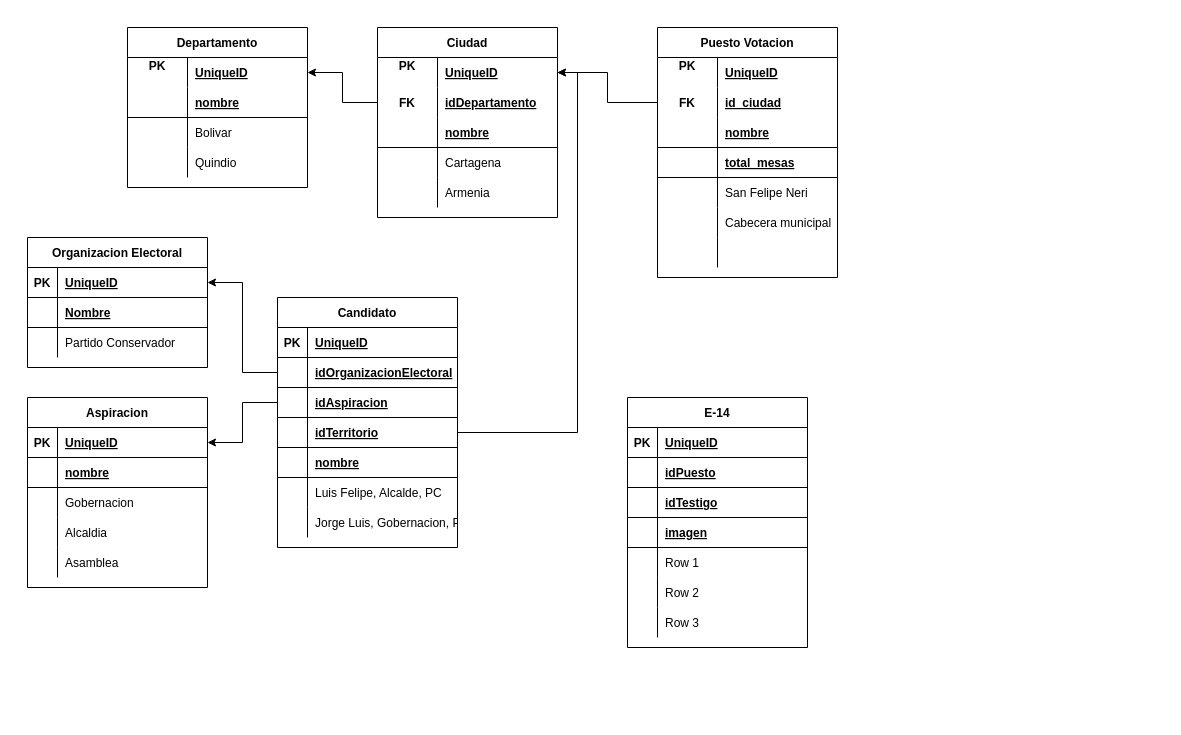
jlchavarriaga/TestigosElectorales keeps this draw.io diagram as page "Modelo E-R" (1 of 2) of Testigos Electorales.drawio. Above is the earlier version. Source tidied: cells renumbered, new cells numbered last; positions are measured from the earlier drawing's top-left corner, leaving out a move shared by most shapes. Both pictures are drawn from the tidied source at 100%, with x=0, y=0 at pixel (27, 27).
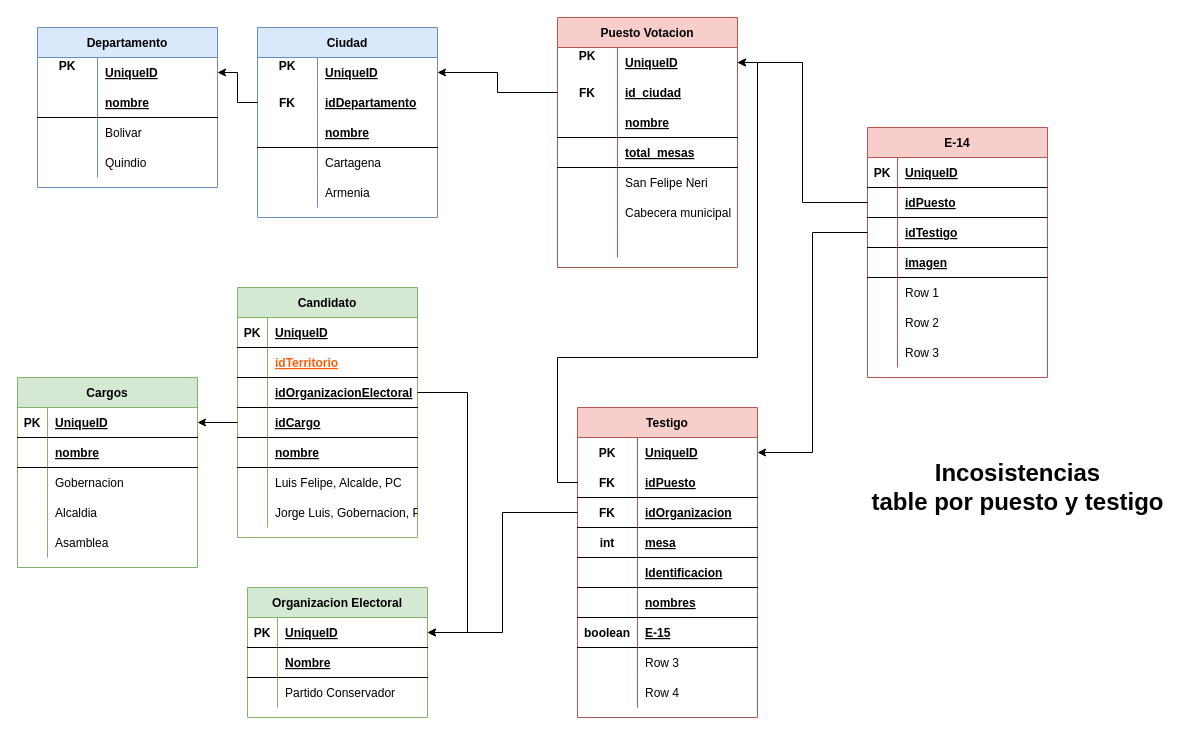
Above is the later version.

The change refers to these unchanged cells:
```xml
<mxCell id="3" style="shape=tableRow;horizontal=0;startSize=0;swimlaneHead=0;swimlaneBody=0;fillColor=none;points=[[0,0.5],[1,0.5]];portConstraint=eastwest;top=0;left=0;right=0;bottom=1;" parent="2" vertex="1">
  <mxGeometry y="30" width="180" height="30" as="geometry" />
</mxCell>
<mxCell id="26" style="shape=tableRow;horizontal=0;startSize=0;swimlaneHead=0;swimlaneBody=0;fillColor=none;points=[[0,0.5],[1,0.5]];portConstraint=eastwest;top=0;left=0;right=0;bottom=0;" parent="25" vertex="1">
  <mxGeometry y="30" width="180" height="30" as="geometry" />
</mxCell>
<mxCell id="43" style="shape=tableRow;horizontal=0;startSize=0;swimlaneHead=0;swimlaneBody=0;fillColor=none;points=[[0,0.5],[1,0.5]];portConstraint=eastwest;top=0;left=0;right=0;bottom=0;" parent="42" vertex="1">
  <mxGeometry y="30" width="180" height="30" as="geometry" />
</mxCell>
<mxCell id="69" style="shape=tableRow;horizontal=0;startSize=0;swimlaneHead=0;swimlaneBody=0;fillColor=none;points=[[0,0.5],[1,0.5]];portConstraint=eastwest;top=0;left=0;right=0;bottom=1;" parent="65" vertex="1">
  <mxGeometry y="60" width="180" height="30" as="geometry" />
</mxCell>
<mxCell id="72" style="shape=tableRow;horizontal=0;startSize=0;swimlaneHead=0;swimlaneBody=0;fillColor=none;points=[[0,0.5],[1,0.5]];portConstraint=eastwest;top=0;left=0;right=0;bottom=1;" parent="65" vertex="1">
  <mxGeometry y="90" width="180" height="30" as="geometry" />
</mxCell>
<mxCell id="88" style="shape=tableRow;horizontal=0;startSize=0;swimlaneHead=0;swimlaneBody=0;fillColor=none;points=[[0,0.5],[1,0.5]];portConstraint=eastwest;top=0;left=0;right=0;bottom=1;" parent="87" vertex="1">
  <mxGeometry y="30" width="180" height="30" as="geometry" />
</mxCell>
```

What changed in the source:
```diff
@@
-    <mxCell id="2" value="Organizacion Electoral" style="shape=table;startSize=30;childLayout=tableLayout;rowLines=0;fontStyle=1;align=center;" parent="1" vertex="1">
-      <mxGeometry y="210" width="180" height="130" as="geometry" />
+    <mxCell id="2" value="Organizacion Electoral" style="shape=table;startSize=30;childLayout=tableLayout;rowLines=0;fontStyle=1;align=center;fillColor=#d5e8d4;strokeColor=#82b366;" parent="1" vertex="1">
+      <mxGeometry x="220" y="560" width="180" height="130" as="geometry" />
     </mxCell>
@@
-    <mxCell id="12" value="Departamento" style="shape=table;startSize=30;childLayout=tableLayout;rowLines=0;fontStyle=1;align=center;" parent="1" vertex="1">
-      <mxGeometry x="100" width="180" height="160" as="geometry" />
+    <mxCell id="12" value="Departamento" style="shape=table;startSize=30;childLayout=tableLayout;rowLines=0;fontStyle=1;align=center;fillColor=#dae8fc;strokeColor=#6c8ebf;" parent="1" vertex="1">
+      <mxGeometry x="10" width="180" height="160" as="geometry" />
     </mxCell>
@@
-    <mxCell id="25" value="Ciudad" style="shape=table;startSize=30;childLayout=tableLayout;rowLines=0;fontStyle=1;align=center;" parent="1" vertex="1">
-      <mxGeometry x="350" width="180" height="190" as="geometry" />
+    <mxCell id="25" value="Ciudad" style="shape=table;startSize=30;childLayout=tableLayout;rowLines=0;fontStyle=1;align=center;fillColor=#dae8fc;strokeColor=#6c8ebf;" parent="1" vertex="1">
+      <mxGeometry x="230" width="180" height="190" as="geometry" />
     </mxCell>
@@
-    <mxCell id="42" value="Puesto Votacion" style="shape=table;startSize=30;childLayout=tableLayout;rowLines=0;fontStyle=1;align=center;" parent="1" vertex="1">
-      <mxGeometry x="630" width="180" height="250" as="geometry" />
+    <mxCell id="42" value="Puesto Votacion" style="shape=table;startSize=30;childLayout=tableLayout;rowLines=0;fontStyle=1;align=center;fillColor=#f8cecc;strokeColor=#b85450;" parent="1" vertex="1">
+      <mxGeometry x="530" y="-10" width="180" height="250" as="geometry" />
     </mxCell>
@@
-    <mxCell id="65" value="E-14" style="shape=table;startSize=30;childLayout=tableLayout;rowLines=0;fontStyle=1;align=center;" parent="1" vertex="1">
-      <mxGeometry x="600" y="370" width="180" height="250" as="geometry" />
+    <mxCell id="65" value="E-14" style="shape=table;startSize=30;childLayout=tableLayout;rowLines=0;fontStyle=1;align=center;fillColor=#f8cecc;strokeColor=#b85450;" parent="1" vertex="1">
+      <mxGeometry x="840" y="100" width="180" height="250" as="geometry" />
     </mxCell>
@@
-    <mxCell id="87" value="Aspiracion" style="shape=table;startSize=30;childLayout=tableLayout;rowLines=0;fontStyle=1;align=center;" parent="1" vertex="1">
-      <mxGeometry y="370" width="180" height="190" as="geometry" />
+    <mxCell id="87" value="Cargos" style="shape=table;startSize=30;childLayout=tableLayout;rowLines=0;fontStyle=1;align=center;fillColor=#d5e8d4;strokeColor=#82b366;" parent="1" vertex="1">
+      <mxGeometry x="-10" y="350" width="180" height="190" as="geometry" />
     </mxCell>
@@
-    <mxCell id="103" value="Candidato" style="shape=table;startSize=30;childLayout=tableLayout;rowLines=0;fontStyle=1;align=center;" parent="1" vertex="1">
-      <mxGeometry x="250" y="270" width="180" height="250" as="geometry" />
+    <mxCell id="103" value="Candidato" style="shape=table;startSize=30;childLayout=tableLayout;rowLines=0;fontStyle=1;align=center;fillColor=#d5e8d4;strokeColor=#82b366;" parent="1" vertex="1">
+      <mxGeometry x="210" y="260" width="180" height="250" as="geometry" />
     </mxCell>
@@
+    <mxCell id="113" style="shape=tableRow;horizontal=0;startSize=0;swimlaneHead=0;swimlaneBody=0;fillColor=none;points=[[0,0.5],[1,0.5]];portConstraint=eastwest;top=0;left=0;right=0;bottom=1;" parent="103" vertex="1">
+      <mxGeometry y="60" width="180" height="30" as="geometry" />
+    </mxCell>
+    <mxCell id="114" style="shape=partialRectangle;fillColor=none;top=0;left=0;bottom=0;right=0;fontStyle=1;overflow=hidden;" parent="113" vertex="1">
+      <mxGeometry width="30" height="30" as="geometry" />
+    </mxCell>
+    <mxCell id="115" value="idTerritorio" style="shape=partialRectangle;fillColor=none;top=0;left=0;bottom=0;right=0;align=left;spacingLeft=6;fontStyle=5;overflow=hidden;fontColor=#FF5C0A;" parent="113" vertex="1">
+      <mxGeometry x="30" width="150" height="30" as="geometry" />
+    </mxCell>
     <mxCell id="107" style="shape=tableRow;horizontal=0;startSize=0;swimlaneHead=0;swimlaneBody=0;fillColor=none;points=[[0,0.5],[1,0.5]];portConstraint=eastwest;top=0;left=0;right=0;bottom=1;" parent="103" vertex="1">
-      <mxGeometry y="60" width="180" height="30" as="geometry" />
+      <mxGeometry y="90" width="180" height="30" as="geometry" />
     </mxCell>
@@
-    <mxCell id="110" style="shape=tableRow;horizontal=0;startSize=0;swimlaneHead=0;swimlaneBody=0;fillColor=none;points=[[0,0.5],[1,0.5]];portConstraint=eastwest;top=0;left=0;right=0;bottom=1;" parent="103" vertex="1">
-      <mxGeometry y="90" width="180" height="30" as="geometry" />
-    </mxCell>
+    <mxCell id="128" style="shape=tableRow;horizontal=0;startSize=0;swimlaneHead=0;swimlaneBody=0;fillColor=none;points=[[0,0.5],[1,0.5]];portConstraint=eastwest;top=0;left=0;right=0;bottom=1;" parent="103" vertex="1">
+      <mxGeometry y="120" width="180" height="30" as="geometry" />
+    </mxCell>
-    <mxCell id="111" style="shape=partialRectangle;fillColor=none;top=0;left=0;bottom=0;right=0;fontStyle=1;overflow=hidden;" parent="110" vertex="1">
+    <mxCell id="111" style="shape=partialRectangle;fillColor=none;top=0;left=0;bottom=0;right=0;fontStyle=1;overflow=hidden;" parent="128" vertex="1">
       <mxGeometry width="30" height="30" as="geometry" />
     </mxCell>
-    <mxCell id="112" value="idAspiracion" style="shape=partialRectangle;fillColor=none;top=0;left=0;bottom=0;right=0;align=left;spacingLeft=6;fontStyle=5;overflow=hidden;" parent="110" vertex="1">
-      <mxGeometry x="30" width="150" height="30" as="geometry" />
-    </mxCell>
-    <mxCell id="113" style="shape=tableRow;horizontal=0;startSize=0;swimlaneHead=0;swimlaneBody=0;fillColor=none;points=[[0,0.5],[1,0.5]];portConstraint=eastwest;top=0;left=0;right=0;bottom=1;" parent="103" vertex="1">
-      <mxGeometry y="120" width="180" height="30" as="geometry" />
-    </mxCell>
-    <mxCell id="114" style="shape=partialRectangle;fillColor=none;top=0;left=0;bottom=0;right=0;fontStyle=1;overflow=hidden;" parent="113" vertex="1">
-      <mxGeometry width="30" height="30" as="geometry" />
-    </mxCell>
-    <mxCell id="115" value="idTerritorio" style="shape=partialRectangle;fillColor=none;top=0;left=0;bottom=0;right=0;align=left;spacingLeft=6;fontStyle=5;overflow=hidden;" parent="113" vertex="1">
-      <mxGeometry x="30" width="150" height="30" as="geometry" />
-    </mxCell>
+    <mxCell id="129" value="idCargo" style="shape=partialRectangle;fillColor=none;top=0;left=0;bottom=0;right=0;align=left;spacingLeft=6;fontStyle=5;overflow=hidden;" parent="128" vertex="1">
+      <mxGeometry x="30" width="150" height="30" as="geometry" />
+    </mxCell>
@@
-    <mxCell id="125" style="edgeStyle=orthogonalEdgeStyle;rounded=0;jettySize=auto;html=1;entryX=1;entryY=0.5;entryDx=0;entryDy=0;" parent="1" edge="1" source="110" target="88">
+    <mxCell id="125" style="edgeStyle=orthogonalEdgeStyle;rounded=0;jettySize=auto;html=1;entryX=1;entryY=0.5;entryDx=0;entryDy=0;" parent="1" edge="1" target="88">
       <mxGeometry relative="1" as="geometry" />
     </mxCell>
     <mxCell id="126" style="edgeStyle=orthogonalEdgeStyle;rounded=0;jettySize=auto;html=1;entryX=1;entryY=0.5;entryDx=0;entryDy=0;" parent="1" edge="1" source="107" target="3">
-      <mxGeometry relative="1" as="geometry" />
+      <mxGeometry relative="1" as="geometry">
+        <Array as="points">
+          <mxPoint x="440" y="365" />
+          <mxPoint x="440" y="605" />
+        </Array>
+      </mxGeometry>
     </mxCell>
-    <mxCell id="127" style="edgeStyle=orthogonalEdgeStyle;rounded=0;jettySize=auto;html=1;entryX=1;entryY=0.5;entryDx=0;entryDy=0;" parent="1" edge="1" source="113" target="26">
-      <mxGeometry relative="1" as="geometry">
-        <Array as="points">
-          <mxPoint x="550" y="405" />
-          <mxPoint x="550" y="45" />
-        </Array>
-      </mxGeometry>
-    </mxCell>
+    <mxCell id="130" value="Testigo" style="shape=table;startSize=30;childLayout=tableLayout;rowLines=0;fontStyle=1;align=center;fillColor=#f8cecc;strokeColor=#b85450;" parent="1" vertex="1">
+      <mxGeometry x="550" y="380" width="180" height="310" as="geometry" />
+    </mxCell>
+    <mxCell id="131" style="shape=tableRow;horizontal=0;startSize=0;swimlaneHead=0;swimlaneBody=0;fillColor=none;points=[[0,0.5],[1,0.5]];portConstraint=eastwest;top=0;left=0;right=0;bottom=0;fontColor=#000000;" parent="130" vertex="1">
+      <mxGeometry y="30" width="180" height="30" as="geometry" />
+    </mxCell>
+    <mxCell id="132" value="PK" style="shape=partialRectangle;fillColor=none;top=0;left=0;bottom=0;right=0;fontStyle=1;overflow=hidden;fontColor=#000000;" parent="131" vertex="1">
+      <mxGeometry width="60" height="30" as="geometry" />
+    </mxCell>
+    <mxCell id="133" value="UniqueID" style="shape=partialRectangle;fillColor=none;top=0;left=0;bottom=0;right=0;align=left;spacingLeft=6;fontStyle=5;overflow=hidden;fontColor=#000000;" parent="131" vertex="1">
+      <mxGeometry x="60" width="120" height="30" as="geometry" />
+    </mxCell>
+    <mxCell id="134" style="shape=tableRow;horizontal=0;startSize=0;swimlaneHead=0;swimlaneBody=0;fillColor=none;points=[[0,0.5],[1,0.5]];portConstraint=eastwest;top=0;left=0;right=0;bottom=1;fontColor=#000000;" parent="130" vertex="1">
+      <mxGeometry y="60" width="180" height="30" as="geometry" />
+    </mxCell>
+    <mxCell id="135" value="FK" style="shape=partialRectangle;fillColor=none;top=0;left=0;bottom=0;right=0;fontStyle=1;overflow=hidden;fontColor=#000000;" parent="134" vertex="1">
+      <mxGeometry width="60" height="30" as="geometry" />
+    </mxCell>
+    <mxCell id="136" value="idPuesto" style="shape=partialRectangle;fillColor=none;top=0;left=0;bottom=0;right=0;align=left;spacingLeft=6;fontStyle=5;overflow=hidden;fontColor=#000000;" parent="134" vertex="1">
+      <mxGeometry x="60" width="120" height="30" as="geometry" />
+    </mxCell>
+    <mxCell id="137" style="shape=tableRow;horizontal=0;startSize=0;swimlaneHead=0;swimlaneBody=0;fillColor=none;points=[[0,0.5],[1,0.5]];portConstraint=eastwest;top=0;left=0;right=0;bottom=1;fontColor=#000000;" parent="130" vertex="1">
+      <mxGeometry y="90" width="180" height="30" as="geometry" />
+    </mxCell>
+    <mxCell id="138" value="FK" style="shape=partialRectangle;fillColor=none;top=0;left=0;bottom=0;right=0;fontStyle=1;overflow=hidden;fontColor=#000000;" parent="137" vertex="1">
+      <mxGeometry width="60" height="30" as="geometry" />
+    </mxCell>
+    <mxCell id="139" value="idOrganizacion" style="shape=partialRectangle;fillColor=none;top=0;left=0;bottom=0;right=0;align=left;spacingLeft=6;fontStyle=5;overflow=hidden;fontColor=#000000;" parent="137" vertex="1">
+      <mxGeometry x="60" width="120" height="30" as="geometry" />
+    </mxCell>
+    <mxCell id="140" style="shape=tableRow;horizontal=0;startSize=0;swimlaneHead=0;swimlaneBody=0;fillColor=none;top=0;left=0;right=0;bottom=1;fontColor=#000000;" parent="130" vertex="1">
+      <mxGeometry y="120" width="180" height="30" as="geometry" />
+    </mxCell>
+    <mxCell id="141" value="int" style="shape=partialRectangle;fillColor=none;top=0;left=0;bottom=0;right=0;fontStyle=1;overflow=hidden;fontColor=#000000;" parent="140" vertex="1">
+      <mxGeometry width="60" height="30" as="geometry" />
+    </mxCell>
+    <mxCell id="142" value="mesa" style="shape=partialRectangle;fillColor=none;top=0;left=0;bottom=0;right=0;align=left;spacingLeft=6;fontStyle=5;overflow=hidden;fontColor=#000000;" parent="140" vertex="1">
+      <mxGeometry x="60" width="120" height="30" as="geometry" />
+    </mxCell>
+    <mxCell id="143" style="shape=tableRow;horizontal=0;startSize=0;swimlaneHead=0;swimlaneBody=0;fillColor=none;top=0;left=0;right=0;bottom=1;fontColor=#000000;" parent="130" vertex="1">
+      <mxGeometry y="150" width="180" height="30" as="geometry" />
+    </mxCell>
+    <mxCell id="144" style="shape=partialRectangle;fillColor=none;top=0;left=0;bottom=0;right=0;fontStyle=1;overflow=hidden;fontColor=#000000;" parent="143" vertex="1">
+      <mxGeometry width="60" height="30" as="geometry" />
+    </mxCell>
+    <mxCell id="145" value="Identificacion" style="shape=partialRectangle;fillColor=none;top=0;left=0;bottom=0;right=0;align=left;spacingLeft=6;fontStyle=5;overflow=hidden;fontColor=#000000;" parent="143" vertex="1">
+      <mxGeometry x="60" width="120" height="30" as="geometry" />
+    </mxCell>
+    <mxCell id="146" style="shape=tableRow;horizontal=0;startSize=0;swimlaneHead=0;swimlaneBody=0;fillColor=none;top=0;left=0;right=0;bottom=1;fontColor=#000000;" parent="130" vertex="1">
+      <mxGeometry y="180" width="180" height="30" as="geometry" />
+    </mxCell>
+    <mxCell id="147" style="shape=partialRectangle;fillColor=none;top=0;left=0;bottom=0;right=0;fontStyle=1;overflow=hidden;fontColor=#000000;" parent="146" vertex="1">
+      <mxGeometry width="60" height="30" as="geometry" />
+    </mxCell>
+    <mxCell id="148" value="nombres" style="shape=partialRectangle;fillColor=none;top=0;left=0;bottom=0;right=0;align=left;spacingLeft=6;fontStyle=5;overflow=hidden;fontColor=#000000;" parent="146" vertex="1">
+      <mxGeometry x="60" width="120" height="30" as="geometry" />
+    </mxCell>
+    <mxCell id="149" style="shape=tableRow;horizontal=0;startSize=0;swimlaneHead=0;swimlaneBody=0;fillColor=none;top=0;left=0;right=0;bottom=1;fontColor=#000000;" parent="130" vertex="1">
+      <mxGeometry y="210" width="180" height="30" as="geometry" />
+    </mxCell>
+    <mxCell id="150" value="boolean" style="shape=partialRectangle;fillColor=none;top=0;left=0;bottom=0;right=0;fontStyle=1;overflow=hidden;fontColor=#000000;" parent="149" vertex="1">
+      <mxGeometry width="60" height="30" as="geometry" />
+    </mxCell>
+    <mxCell id="151" value="E-15" style="shape=partialRectangle;fillColor=none;top=0;left=0;bottom=0;right=0;align=left;spacingLeft=6;fontStyle=5;overflow=hidden;fontColor=#000000;" parent="149" vertex="1">
+      <mxGeometry x="60" width="120" height="30" as="geometry" />
+    </mxCell>
+    <mxCell id="152" style="shape=tableRow;horizontal=0;startSize=0;swimlaneHead=0;swimlaneBody=0;fillColor=none;top=0;left=0;right=0;bottom=0;fontColor=#000000;" parent="130" vertex="1">
+      <mxGeometry y="240" width="180" height="30" as="geometry" />
+    </mxCell>
+    <mxCell id="153" style="shape=partialRectangle;fillColor=none;top=0;left=0;bottom=0;right=0;overflow=hidden;fontColor=#000000;" parent="152" vertex="1">
+      <mxGeometry width="60" height="30" as="geometry" />
+    </mxCell>
+    <mxCell id="154" value="Row 3" style="shape=partialRectangle;fillColor=none;top=0;left=0;bottom=0;right=0;align=left;spacingLeft=6;overflow=hidden;fontColor=#000000;" parent="152" vertex="1">
+      <mxGeometry x="60" width="120" height="30" as="geometry" />
+    </mxCell>
+    <mxCell id="155" style="shape=tableRow;horizontal=0;startSize=0;swimlaneHead=0;swimlaneBody=0;fillColor=none;top=0;left=0;right=0;bottom=0;fontColor=#000000;" parent="130" vertex="1">
+      <mxGeometry y="270" width="180" height="30" as="geometry" />
+    </mxCell>
+    <mxCell id="156" style="shape=partialRectangle;fillColor=none;top=0;left=0;bottom=0;right=0;overflow=hidden;fontColor=#000000;" parent="155" vertex="1">
+      <mxGeometry width="60" height="30" as="geometry" />
+    </mxCell>
+    <mxCell id="157" value="Row 4" style="shape=partialRectangle;fillColor=none;top=0;left=0;bottom=0;right=0;align=left;spacingLeft=6;overflow=hidden;fontColor=#000000;" parent="155" vertex="1">
+      <mxGeometry x="60" width="120" height="30" as="geometry" />
+    </mxCell>
+    <mxCell id="158" style="edgeStyle=orthogonalEdgeStyle;rounded=0;jettySize=auto;html=1;fontColor=#000000;" parent="1" edge="1" source="137" target="3">
+      <mxGeometry relative="1" as="geometry" />
+    </mxCell>
+    <mxCell id="159" style="edgeStyle=orthogonalEdgeStyle;rounded=0;jettySize=auto;html=1;fontColor=#000000;" parent="1" edge="1" source="134" target="43">
+      <mxGeometry relative="1" as="geometry">
+        <Array as="points">
+          <mxPoint x="530" y="455" />
+          <mxPoint x="530" y="330" />
+          <mxPoint x="730" y="330" />
+          <mxPoint x="730" y="35" />
+        </Array>
+      </mxGeometry>
+    </mxCell>
+    <mxCell id="160" style="edgeStyle=orthogonalEdgeStyle;rounded=0;jettySize=auto;html=1;fontColor=#000000;" parent="1" edge="1" source="72" target="131">
+      <mxGeometry relative="1" as="geometry" />
+    </mxCell>
+    <mxCell id="161" style="edgeStyle=orthogonalEdgeStyle;rounded=0;jettySize=auto;html=1;entryX=1;entryY=0.5;entryDx=0;entryDy=0;fontColor=#000000;" parent="1" edge="1" source="69" target="43">
+      <mxGeometry relative="1" as="geometry" />
+    </mxCell>
+    <mxCell id="162" style="edgeStyle=orthogonalEdgeStyle;rounded=0;jettySize=auto;html=1;fontColor=#000000;" parent="1" edge="1" source="128" target="88">
+      <mxGeometry relative="1" as="geometry" />
+    </mxCell>
+    <mxCell id="163" value="Incosistencias&lt;br&gt;table por puesto y testigo" style="text;strokeColor=none;fillColor=none;html=1;fontSize=24;fontStyle=1;verticalAlign=middle;align=center;fontColor=#000000;" parent="1" vertex="1">
+      <mxGeometry x="940" y="440" width="100" height="40" as="geometry" />
+    </mxCell>
```
